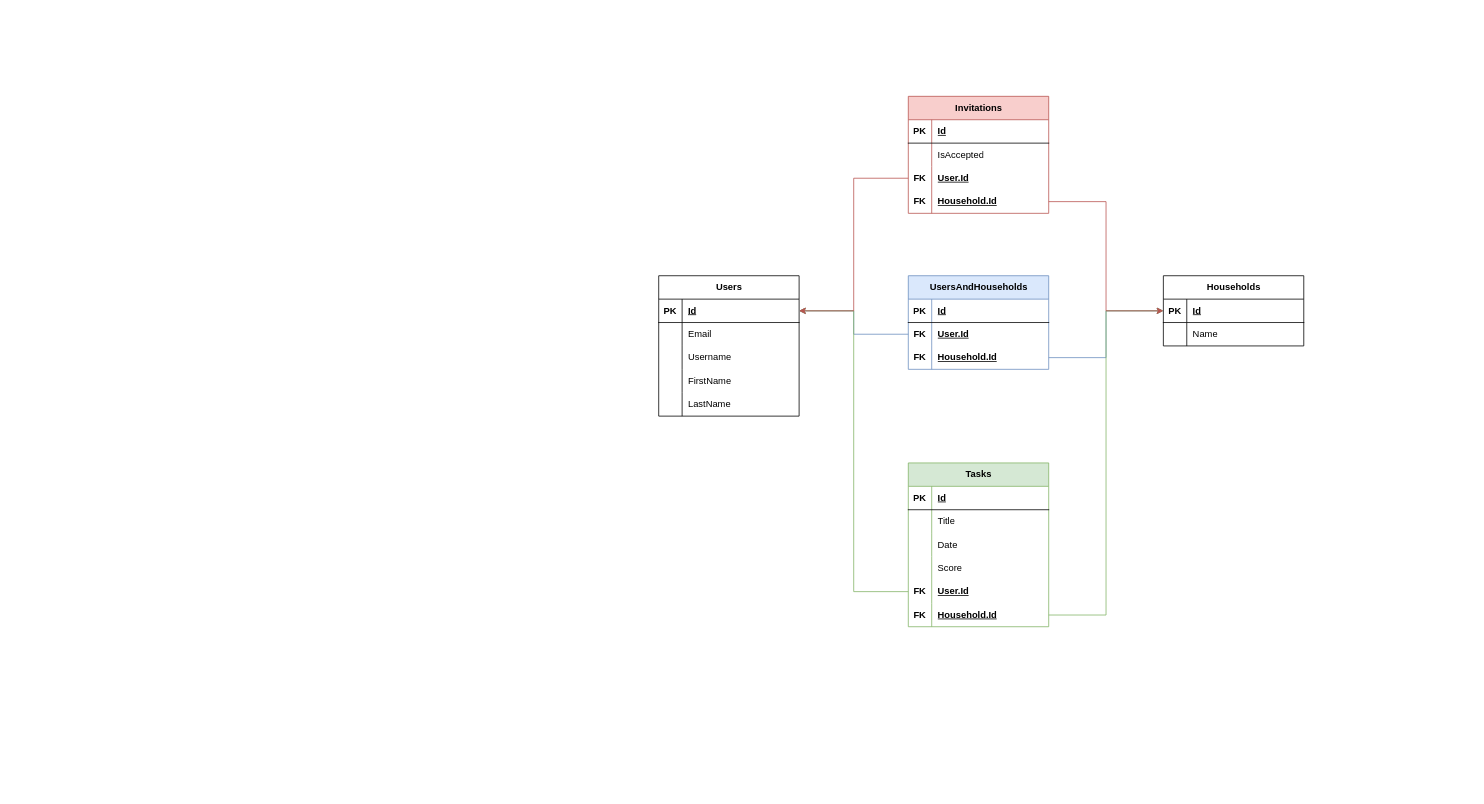
This is Fifty-Fifty.drawio from BBualdo/Fifty-Fifty, a draw.io file, before an edit. Source tidied: cells renumbered, new cells numbered last; positions are measured from the earlier drawing's top-left corner, leaving out a move shared by most shapes. Both pictures are drawn from the tidied source at 78%, with x=0, y=0 at pixel (658, 96).
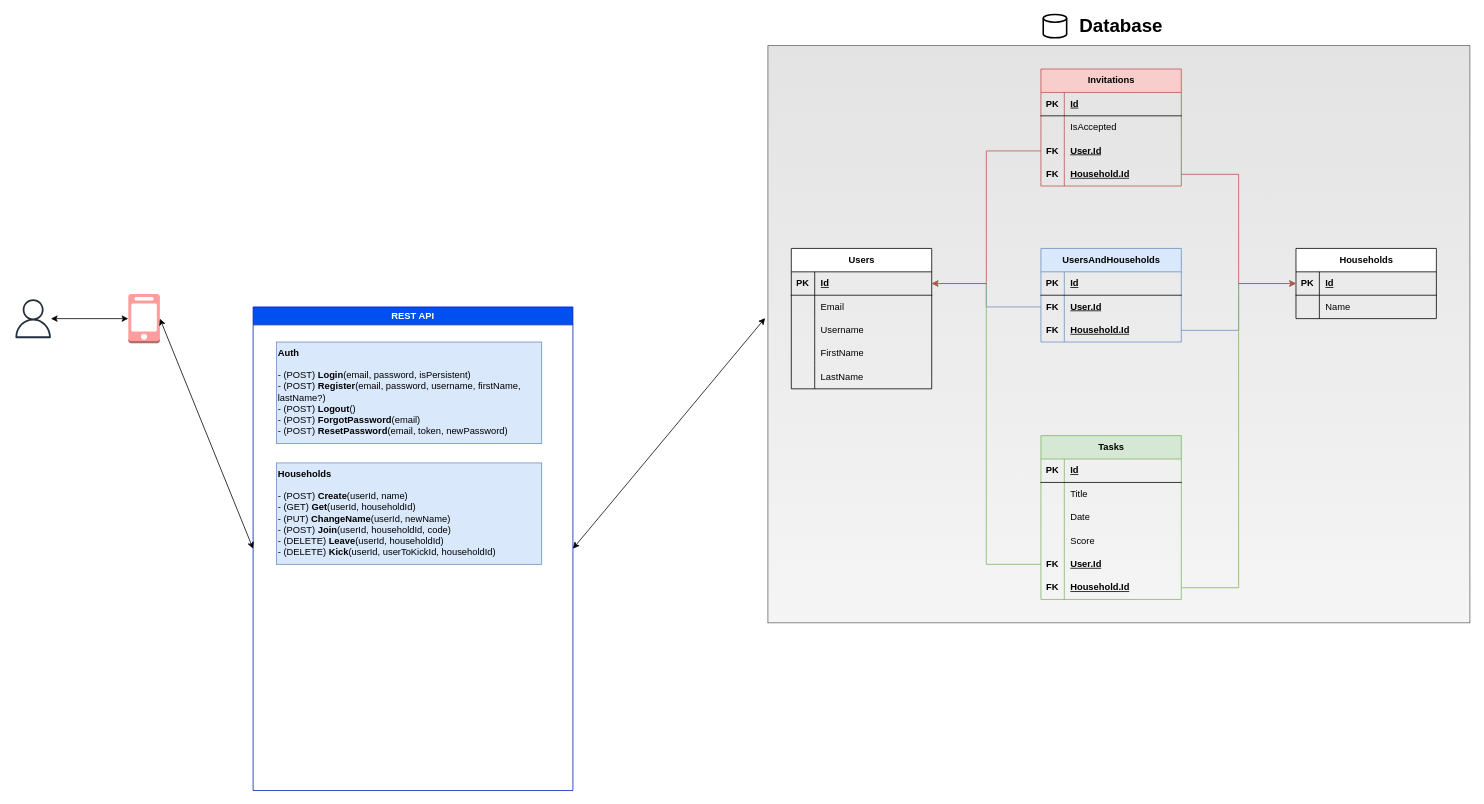
The same page after the edit.

Commit message:
Declared initial structure of REST API - Auth and Households controllers and methods

The change refers to these unchanged cells:
```xml
<mxCell id="3" style="shape=tableRow;horizontal=0;startSize=0;swimlaneHead=0;swimlaneBody=0;fillColor=none;points=[[0,0.5],[1,0.5]];portConstraint=eastwest;top=0;left=0;right=0;bottom=1;" parent="2" vertex="1">
  <mxGeometry y="30" width="180" height="30" as="geometry" />
</mxCell>
<mxCell id="19" style="shape=tableRow;horizontal=0;startSize=0;swimlaneHead=0;swimlaneBody=0;fillColor=none;points=[[0,0.5],[1,0.5]];portConstraint=eastwest;top=0;left=0;right=0;bottom=1;" parent="18" vertex="1">
  <mxGeometry y="30" width="180" height="30" as="geometry" />
</mxCell>
<mxCell id="32" style="shape=tableRow;horizontal=0;startSize=0;swimlaneHead=0;swimlaneBody=0;fillColor=none;points=[[0,0.5],[1,0.5]];portConstraint=eastwest;top=0;left=0;right=0;bottom=0;" parent="25" vertex="1">
  <mxGeometry y="90" width="180" height="30" as="geometry" />
</mxCell>
<mxCell id="35" style="shape=tableRow;horizontal=0;startSize=0;swimlaneHead=0;swimlaneBody=0;fillColor=none;points=[[0,0.5],[1,0.5]];portConstraint=eastwest;top=0;left=0;right=0;bottom=0;" parent="25" vertex="1">
  <mxGeometry y="120" width="180" height="30" as="geometry" />
</mxCell>
<mxCell id="51" style="shape=tableRow;horizontal=0;startSize=0;swimlaneHead=0;swimlaneBody=0;fillColor=none;points=[[0,0.5],[1,0.5]];portConstraint=eastwest;top=0;left=0;right=0;bottom=0;" parent="38" vertex="1">
  <mxGeometry y="150" width="180" height="30" as="geometry" />
</mxCell>
<mxCell id="54" style="shape=tableRow;horizontal=0;startSize=0;swimlaneHead=0;swimlaneBody=0;fillColor=none;points=[[0,0.5],[1,0.5]];portConstraint=eastwest;top=0;left=0;right=0;bottom=0;" parent="38" vertex="1">
  <mxGeometry y="180" width="180" height="30" as="geometry" />
</mxCell>
<mxCell id="61" style="shape=tableRow;horizontal=0;startSize=0;swimlaneHead=0;swimlaneBody=0;fillColor=none;points=[[0,0.5],[1,0.5]];portConstraint=eastwest;top=0;left=0;right=0;bottom=0;" parent="57" vertex="1">
  <mxGeometry y="60" width="180" height="30" as="geometry" />
</mxCell>
<mxCell id="64" style="shape=tableRow;horizontal=0;startSize=0;swimlaneHead=0;swimlaneBody=0;fillColor=none;points=[[0,0.5],[1,0.5]];portConstraint=eastwest;top=0;left=0;right=0;bottom=0;" parent="57" vertex="1">
  <mxGeometry y="90" width="180" height="30" as="geometry" />
</mxCell>
```

Change to the diagram source:
```diff
@@
+    <mxCell id="73" style="sketch=0;outlineConnect=0;fontColor=#232F3E;gradientColor=none;fillColor=#232F3D;strokeColor=none;dashed=0;verticalLabelPosition=bottom;verticalAlign=top;align=center;html=1;fontSize=12;fontStyle=0;shape=mxgraph.aws4.user;" parent="1" vertex="1">
+      <mxGeometry x="-827" y="260" width="50" height="50" as="geometry" />
+    </mxCell>
+    <mxCell id="74" style="outlineConnect=0;dashed=0;verticalLabelPosition=bottom;verticalAlign=top;align=center;html=1;shape=mxgraph.aws3.mobile_client;fillColor=#FF9C9C;strokeColor=#6F0000;fontColor=#ffffff;" parent="1" vertex="1">
+      <mxGeometry x="-680" y="253.5" width="40.5" height="63" as="geometry" />
+    </mxCell>
+    <mxCell id="75" style="endArrow=classic;startArrow=classic;html=1;rounded=0;entryX=0;entryY=0.5;entryDx=0;entryDy=0;entryPerimeter=0;" parent="1" edge="1" source="73" target="74">
+      <mxGeometry relative="1" as="geometry" />
+    </mxCell>
+    <mxCell id="76" value="REST API" style="swimlane;whiteSpace=wrap;html=1;fillColor=#0050ef;fontColor=#ffffff;strokeColor=#001DBC;" parent="1" vertex="1">
+      <mxGeometry x="-520" y="270" width="410" height="620" as="geometry" />
+    </mxCell>
+    <mxCell id="77" value="&lt;div style=&quot;&quot;&gt;&lt;b style=&quot;background-color: initial;&quot;&gt;Households&lt;/b&gt;&lt;/div&gt;&lt;div style=&quot;&quot;&gt;&lt;font style=&quot;font-size: 12px;&quot;&gt;&lt;b style=&quot;&quot;&gt;&lt;br&gt;&lt;/b&gt;&lt;/font&gt;&lt;/div&gt;&lt;div&gt;- (POST) &lt;b&gt;Create&lt;/b&gt;(userId, name)&lt;/div&gt;&lt;div&gt;- (GET) &lt;b&gt;Get&lt;/b&gt;(userId, householdId)&lt;/div&gt;&lt;div&gt;- (PUT) &lt;b&gt;ChangeName&lt;/b&gt;(userId, newName)&lt;/div&gt;&lt;div&gt;- (POST) &lt;b&gt;Join&lt;/b&gt;(userId, householdId, code)&lt;/div&gt;&lt;div&gt;- (DELETE) &lt;b&gt;Leave&lt;/b&gt;(userId, householdId)&lt;/div&gt;&lt;div&gt;- (DELETE) &lt;b&gt;Kick&lt;/b&gt;(userId, userToKickId, householdId)&lt;/div&gt;" style="whiteSpace=wrap;html=1;align=left;verticalAlign=top;fillColor=#dae8fc;strokeColor=#6c8ebf;" parent="76" vertex="1">
+      <mxGeometry x="30" y="200" width="340" height="130" as="geometry" />
+    </mxCell>
+    <mxCell id="78" value="&lt;div style=&quot;&quot;&gt;&lt;b style=&quot;background-color: initial;&quot;&gt;Auth&lt;/b&gt;&lt;/div&gt;&lt;div style=&quot;&quot;&gt;&lt;font style=&quot;font-size: 12px;&quot;&gt;&lt;b style=&quot;&quot;&gt;&lt;br&gt;&lt;/b&gt;&lt;/font&gt;&lt;/div&gt;&lt;div&gt;- (POST) &lt;b&gt;Login&lt;/b&gt;(email, password, isPersistent)&lt;/div&gt;&lt;div&gt;- (POST) &lt;b&gt;Register&lt;/b&gt;(email, password, username, firstName, lastName?)&lt;/div&gt;&lt;div&gt;- (POST) &lt;b&gt;Logout&lt;/b&gt;()&lt;/div&gt;&lt;div&gt;- (POST) &lt;b&gt;ForgotPassword&lt;/b&gt;(email)&lt;/div&gt;&lt;div&gt;- (POST) &lt;b&gt;ResetPassword&lt;/b&gt;(email, token, newPassword)&lt;/div&gt;" style="whiteSpace=wrap;html=1;align=left;verticalAlign=top;fillColor=#dae8fc;strokeColor=#6c8ebf;" parent="76" vertex="1">
+      <mxGeometry x="30" y="45" width="340" height="130" as="geometry" />
+    </mxCell>
+    <mxCell id="79" style="endArrow=classic;startArrow=classic;html=1;rounded=0;entryX=0;entryY=0.5;entryDx=0;entryDy=0;exitX=1;exitY=0.5;exitDx=0;exitDy=0;exitPerimeter=0;" parent="1" edge="1" source="74" target="76">
+      <mxGeometry relative="1" as="geometry" />
+    </mxCell>
+    <mxCell id="80" style="endArrow=classic;startArrow=classic;html=1;rounded=0;exitX=1;exitY=0.5;exitDx=0;exitDy=0;entryX=-0.004;entryY=0.472;entryDx=0;entryDy=0;entryPerimeter=0;" parent="1" edge="1" source="76" target="84">
+      <mxGeometry relative="1" as="geometry" />
+    </mxCell>
+    <mxCell id="81" style="strokeWidth=2;html=1;shape=mxgraph.flowchart.database;whiteSpace=wrap;" parent="1" vertex="1">
+      <mxGeometry x="493" y="-105" width="30" height="30" as="geometry" />
+    </mxCell>
+    <mxCell id="82" style="group;" parent="1" vertex="1">
+      <mxGeometry x="140" y="-105" width="900" height="780" as="geometry" />
+    </mxCell>
+    <mxCell id="83" value="&lt;font style=&quot;font-size: 24px;&quot;&gt;&lt;b&gt;Database&lt;/b&gt;&lt;/font&gt;" style="text;html=1;align=center;verticalAlign=middle;whiteSpace=wrap;rounded=0;" parent="82" vertex="1">
+      <mxGeometry x="373" width="160" height="30" as="geometry" />
+    </mxCell>
+    <mxCell id="84" style="rounded=0;whiteSpace=wrap;html=1;fillColor=#f5f5f5;strokeColor=#666666;gradientColor=#E3E3E3;gradientDirection=north;" parent="82" vertex="1">
+      <mxGeometry y="40" width="900" height="740" as="geometry" />
+    </mxCell>
-    <mxCell id="2" value="Users" style="shape=table;startSize=30;childLayout=tableLayout;rowLines=0;fontStyle=1;align=center;html=1;" parent="1" vertex="1">
-      <mxGeometry y="230" width="180" height="180" as="geometry" />
+    <mxCell id="2" value="Users" style="shape=table;startSize=30;childLayout=tableLayout;rowLines=0;fontStyle=1;align=center;html=1;" parent="82" vertex="1">
+      <mxGeometry x="30" y="300" width="180" height="180" as="geometry" />
     </mxCell>
@@
-    <mxCell id="18" value="Households" style="shape=table;startSize=30;childLayout=tableLayout;rowLines=0;fontStyle=1;align=center;html=1;" parent="1" vertex="1">
-      <mxGeometry x="647" y="230" width="180" height="90" as="geometry" />
+    <mxCell id="18" value="Households" style="shape=table;startSize=30;childLayout=tableLayout;rowLines=0;fontStyle=1;align=center;html=1;" parent="82" vertex="1">
+      <mxGeometry x="677" y="300" width="180" height="90" as="geometry" />
     </mxCell>
@@
-    <mxCell id="25" value="Invitations" style="shape=table;startSize=30;childLayout=tableLayout;rowLines=0;fontStyle=1;align=center;html=1;fillColor=#f8cecc;strokeColor=#b85450;" parent="1" vertex="1">
-      <mxGeometry x="320" width="180" height="150" as="geometry" />
+    <mxCell id="25" value="Invitations" style="shape=table;startSize=30;childLayout=tableLayout;rowLines=0;fontStyle=1;align=center;html=1;fillColor=#f8cecc;strokeColor=#b85450;" parent="82" vertex="1">
+      <mxGeometry x="350" y="70" width="180" height="150" as="geometry" />
     </mxCell>
@@
-    <mxCell id="38" value="Tasks" style="shape=table;startSize=30;childLayout=tableLayout;rowLines=0;fontStyle=1;align=center;html=1;fillColor=#d5e8d4;strokeColor=#82b366;" parent="1" vertex="1">
-      <mxGeometry x="320" y="470" width="180" height="210" as="geometry" />
+    <mxCell id="38" value="Tasks" style="shape=table;startSize=30;childLayout=tableLayout;rowLines=0;fontStyle=1;align=center;html=1;fillColor=#d5e8d4;strokeColor=#82b366;" parent="82" vertex="1">
+      <mxGeometry x="350" y="540" width="180" height="210" as="geometry" />
     </mxCell>
@@
-    <mxCell id="57" value="UsersAndHouseholds" style="shape=table;startSize=30;childLayout=tableLayout;rowLines=0;fontStyle=1;align=center;html=1;fillColor=#dae8fc;strokeColor=#6c8ebf;" parent="1" vertex="1">
-      <mxGeometry x="320" y="230" width="180" height="120" as="geometry" />
+    <mxCell id="57" value="UsersAndHouseholds" style="shape=table;startSize=30;childLayout=tableLayout;rowLines=0;fontStyle=1;align=center;html=1;fillColor=#dae8fc;strokeColor=#6c8ebf;" parent="82" vertex="1">
+      <mxGeometry x="350" y="300" width="180" height="120" as="geometry" />
     </mxCell>
@@
-    <mxCell id="67" style="edgeStyle=orthogonalEdgeStyle;rounded=0;jettySize=auto;html=1;fillColor=#dae8fc;strokeColor=#6c8ebf;" parent="1" edge="1" source="61" target="3">
+    <mxCell id="67" style="edgeStyle=orthogonalEdgeStyle;rounded=0;jettySize=auto;html=1;fillColor=#dae8fc;strokeColor=#6c8ebf;" parent="82" edge="1" source="61" target="3">
       <mxGeometry relative="1" as="geometry" />
     </mxCell>
-    <mxCell id="68" style="edgeStyle=orthogonalEdgeStyle;rounded=0;jettySize=auto;html=1;fillColor=#dae8fc;strokeColor=#6c8ebf;" parent="1" edge="1" source="64" target="19">
+    <mxCell id="68" style="edgeStyle=orthogonalEdgeStyle;rounded=0;jettySize=auto;html=1;fillColor=#dae8fc;strokeColor=#6c8ebf;" parent="82" edge="1" source="64" target="19">
       <mxGeometry relative="1" as="geometry" />
     </mxCell>
-    <mxCell id="69" style="edgeStyle=orthogonalEdgeStyle;rounded=0;jettySize=auto;html=1;entryX=1;entryY=0.5;entryDx=0;entryDy=0;fillColor=#d5e8d4;strokeColor=#82b366;" parent="1" edge="1" source="51" target="3">
+    <mxCell id="69" style="edgeStyle=orthogonalEdgeStyle;rounded=0;jettySize=auto;html=1;entryX=1;entryY=0.5;entryDx=0;entryDy=0;fillColor=#d5e8d4;strokeColor=#82b366;" parent="82" edge="1" source="51" target="3">
       <mxGeometry relative="1" as="geometry" />
     </mxCell>
-    <mxCell id="70" style="edgeStyle=orthogonalEdgeStyle;rounded=0;jettySize=auto;html=1;entryX=0;entryY=0.5;entryDx=0;entryDy=0;fillColor=#d5e8d4;strokeColor=#82b366;" parent="1" edge="1" source="54" target="19">
+    <mxCell id="70" style="edgeStyle=orthogonalEdgeStyle;rounded=0;jettySize=auto;html=1;entryX=0;entryY=0.5;entryDx=0;entryDy=0;fillColor=#d5e8d4;strokeColor=#82b366;" parent="82" edge="1" source="54" target="19">
       <mxGeometry relative="1" as="geometry" />
     </mxCell>
-    <mxCell id="71" style="edgeStyle=orthogonalEdgeStyle;rounded=0;jettySize=auto;html=1;entryX=1;entryY=0.5;entryDx=0;entryDy=0;fillColor=#f8cecc;strokeColor=#b85450;" parent="1" edge="1" source="32" target="3">
+    <mxCell id="71" style="edgeStyle=orthogonalEdgeStyle;rounded=0;jettySize=auto;html=1;entryX=1;entryY=0.5;entryDx=0;entryDy=0;fillColor=#f8cecc;strokeColor=#b85450;" parent="82" edge="1" source="32" target="3">
       <mxGeometry relative="1" as="geometry" />
     </mxCell>
-    <mxCell id="72" style="edgeStyle=orthogonalEdgeStyle;rounded=0;jettySize=auto;html=1;entryX=0;entryY=0.5;entryDx=0;entryDy=0;fillColor=#f8cecc;strokeColor=#b85450;" parent="1" edge="1" source="35" target="19">
+    <mxCell id="72" style="edgeStyle=orthogonalEdgeStyle;rounded=0;jettySize=auto;html=1;entryX=0;entryY=0.5;entryDx=0;entryDy=0;fillColor=#f8cecc;strokeColor=#b85450;" parent="82" edge="1" source="35" target="19">
       <mxGeometry relative="1" as="geometry" />
     </mxCell>
```
